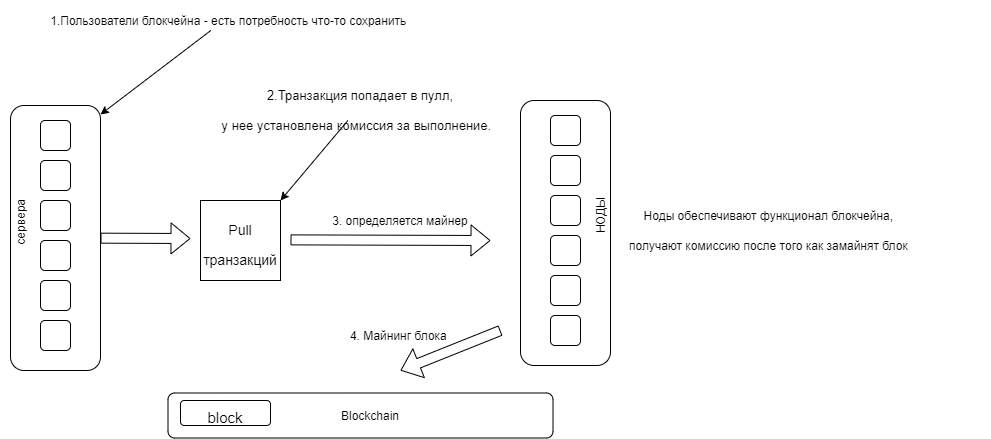
The draw.io diagram img/cycle_blockchain.png in gorokhovchint/Web3, before a commit. Source tidied: cells renumbered, new cells last; positions are measured from the earlier drawing's top-left corner, leaving out a move shared by most shapes.
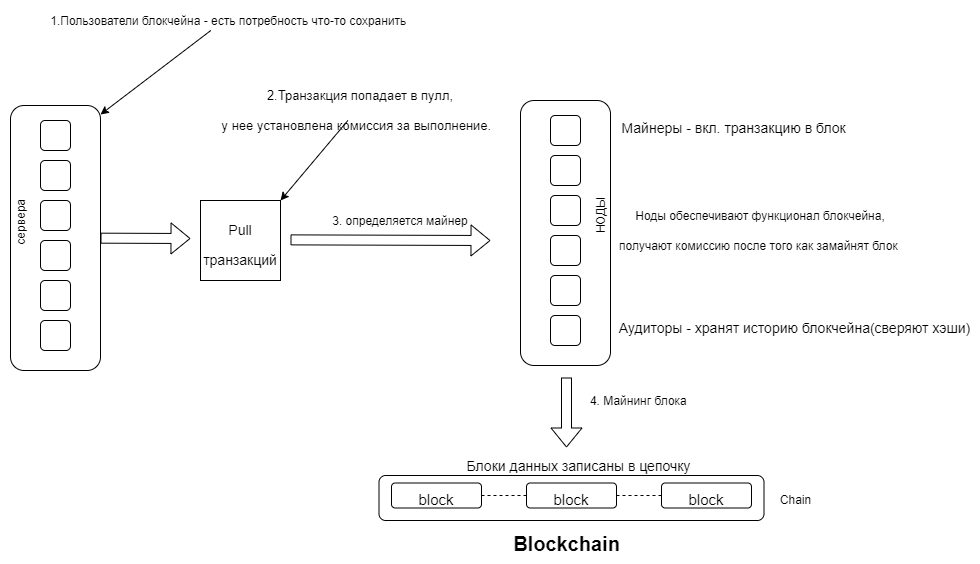
Above is the later version.

Change to the diagram source:
```diff
@@ -74,19 +74,19 @@
       <mxGeometry x="220" y="200" width="440" height="30" as="geometry" />
     </mxCell>
     <mxCell id="24" style="rounded=1;fontSize=25;rotation=90;verticalAlign=middle;fontColor=default;whiteSpace=wrap;html=1;" parent="1" vertex="1">
-      <mxGeometry x="377.5" y="222.5" width="45" height="385" as="geometry" />
+      <mxGeometry x="588.5" y="305" width="45" height="385" as="geometry" />
     </mxCell>
     <mxCell id="25" value="&lt;font style=&quot;font-size: 15px;&quot;&gt;block&lt;/font&gt;" style="rounded=1;whiteSpace=wrap;html=1;fontSize=25;" parent="1" vertex="1">
-      <mxGeometry x="220" y="400" width="90" height="25" as="geometry" />
+      <mxGeometry x="431" y="482.5" width="90" height="25" as="geometry" />
     </mxCell>
     <mxCell id="26" style="edgeStyle=none;shape=flexArrow;rounded=0;orthogonalLoop=1;jettySize=auto;html=1;fontSize=14;" parent="1" edge="1">
       <mxGeometry relative="1" as="geometry">
-        <mxPoint x="540" y="330" as="sourcePoint" />
-        <mxPoint x="440" y="370" as="targetPoint" />
+        <mxPoint x="606" y="377" as="sourcePoint" />
+        <mxPoint x="606" y="447" as="targetPoint" />
       </mxGeometry>
     </mxCell>
     <mxCell id="27" value="&lt;span style=&quot;font-size: 12px;&quot;&gt;4. Майнинг блока&amp;nbsp;&lt;/span&gt;" style="text;html=1;strokeColor=none;fillColor=none;align=center;verticalAlign=middle;whiteSpace=wrap;rounded=0;fontSize=25;" parent="1" vertex="1">
-      <mxGeometry x="220" y="315" width="440" height="30" as="geometry" />
+      <mxGeometry x="460" y="380" width="440" height="30" as="geometry" />
     </mxCell>
     <mxCell id="28" value="&lt;span style=&quot;font-size: 12px;&quot;&gt;сервера&amp;nbsp;&lt;/span&gt;" style="text;html=1;strokeColor=none;fillColor=none;align=center;verticalAlign=middle;whiteSpace=wrap;rounded=0;fontSize=25;rotation=-90;" parent="1" vertex="1">
       <mxGeometry y="205" width="110" height="30" as="geometry" />
@@ -94,11 +94,44 @@
     <mxCell id="29" value="&lt;span style=&quot;font-size: 12px;&quot;&gt;НОДЫ&lt;/span&gt;" style="text;html=1;strokeColor=none;fillColor=none;align=center;verticalAlign=middle;whiteSpace=wrap;rounded=0;fontSize=25;rotation=-90;" parent="1" vertex="1">
       <mxGeometry x="580" y="200" width="110" height="30" as="geometry" />
     </mxCell>
-    <mxCell id="30" value="&lt;span style=&quot;font-size: 12px; line-height: 1.2;&quot;&gt;Ноды обеспечивают функционал блокчейна, &lt;br&gt;получают комиссию после того как замайнят блок&amp;nbsp;&lt;br&gt;&lt;/span&gt;" style="text;html=1;strokeColor=none;fillColor=none;align=center;verticalAlign=middle;whiteSpace=wrap;rounded=0;fontSize=25;" parent="1" vertex="1">
-      <mxGeometry x="590" y="210" width="440" height="30" as="geometry" />
+    <mxCell id="30" value="&lt;span style=&quot;font-size: 12px; line-height: 1.2;&quot;&gt;Ноды обеспечивают функционал блокчейна,&lt;br&gt;получают комиссию после того как замайнят блок&amp;nbsp;&lt;br&gt;&lt;/span&gt;" style="text;html=1;strokeColor=none;fillColor=none;align=center;verticalAlign=middle;whiteSpace=wrap;rounded=0;fontSize=25;" parent="1" vertex="1">
+      <mxGeometry x="590" y="210" width="420" height="30" as="geometry" />
     </mxCell>
-    <mxCell id="31" value="&lt;span style=&quot;font-size: 12px; line-height: 1.2;&quot;&gt;Blockchain&lt;br&gt;&lt;/span&gt;" style="text;html=1;strokeColor=none;fillColor=none;align=center;verticalAlign=middle;whiteSpace=wrap;rounded=0;fontSize=25;" parent="1" vertex="1">
-      <mxGeometry x="190" y="395" width="440" height="30" as="geometry" />
+    <mxCell id="31" value="&lt;span style=&quot;font-size: 12px; line-height: 1.2;&quot;&gt;&lt;br&gt;&lt;/span&gt;" style="text;html=1;strokeColor=none;fillColor=none;align=center;verticalAlign=middle;whiteSpace=wrap;rounded=0;fontSize=25;" parent="1" vertex="1">
+      <mxGeometry x="461" y="492.5" width="168" height="30" as="geometry" />
     </mxCell>
+    <mxCell id="32" value="&lt;font style=&quot;font-size: 15px;&quot;&gt;block&lt;/font&gt;" style="rounded=1;whiteSpace=wrap;html=1;fontSize=25;" parent="1" vertex="1">
+      <mxGeometry x="566" y="482.5" width="90" height="25" as="geometry" />
+    </mxCell>
+    <mxCell id="33" style="endArrow=none;dashed=1;html=1;rounded=0;exitX=1;exitY=0.5;exitDx=0;exitDy=0;entryX=0;entryY=0.5;entryDx=0;entryDy=0;" parent="1" edge="1" source="25" target="32">
+      <mxGeometry relative="1" as="geometry" />
+    </mxCell>
+    <mxCell id="34" value="&lt;span style=&quot;&quot;&gt;Chain&lt;/span&gt;" style="text;html=1;align=center;verticalAlign=middle;strokeColor=none;fillColor=none;" parent="1" vertex="1">
+      <mxGeometry x="810" y="485" width="50" height="30" as="geometry" />
+    </mxCell>
+    <mxCell id="35" value="&lt;font style=&quot;font-size: 15px;&quot;&gt;block&lt;/font&gt;" style="rounded=1;whiteSpace=wrap;html=1;fontSize=25;" parent="1" vertex="1">
+      <mxGeometry x="701" y="482.5" width="90" height="25" as="geometry" />
+    </mxCell>
+    <mxCell id="36" value="&lt;span style=&quot;font-size: 12px; line-height: 1.2;&quot;&gt;&lt;br&gt;&lt;/span&gt;" style="text;html=1;strokeColor=none;fillColor=none;align=center;verticalAlign=middle;whiteSpace=wrap;rounded=0;fontSize=25;" parent="1" vertex="1">
+      <mxGeometry x="588.5" y="492.5" width="168" height="30" as="geometry" />
+    </mxCell>
+    <mxCell id="37" style="endArrow=none;dashed=1;html=1;rounded=0;exitX=1;exitY=0.5;exitDx=0;exitDy=0;entryX=0;entryY=0.5;entryDx=0;entryDy=0;" parent="1" edge="1">
+      <mxGeometry relative="1" as="geometry">
+        <mxPoint x="656" y="495" as="sourcePoint" />
+        <mxPoint x="701" y="495" as="targetPoint" />
+      </mxGeometry>
+    </mxCell>
+    <mxCell id="38" value="&lt;b&gt;&lt;font style=&quot;font-size: 20px;&quot;&gt;Blockchain&lt;/font&gt;&lt;/b&gt;" style="text;html=1;align=center;verticalAlign=middle;strokeColor=none;fillColor=none;" parent="1" vertex="1">
+      <mxGeometry x="541" y="522.5" width="130" height="40" as="geometry" />
+    </mxCell>
+    <mxCell id="39" value="&lt;font style=&quot;font-size: 14px;&quot;&gt;Майнеры - вкл. транзакцию в блок&amp;nbsp;&lt;/font&gt;" style="text;html=1;align=center;verticalAlign=middle;strokeColor=none;fillColor=none;fontSize=20;" parent="1" vertex="1">
+      <mxGeometry x="650" y="105" width="250" height="40" as="geometry" />
+    </mxCell>
+    <mxCell id="40" value="&lt;font style=&quot;font-size: 14px;&quot;&gt;Аудиторы - хранят историю блокчейна(сверяют хэши)&lt;/font&gt;" style="text;html=1;align=center;verticalAlign=middle;strokeColor=none;fillColor=none;fontSize=20;" parent="1" vertex="1">
+      <mxGeometry x="649" y="305" width="370" height="40" as="geometry" />
+    </mxCell>
+    <mxCell id="41" value="&lt;font style=&quot;font-size: 14px;&quot;&gt;Блоки данных записаны в цепочку&lt;/font&gt;" style="text;html=1;align=center;verticalAlign=middle;strokeColor=none;fillColor=none;fontSize=20;" parent="1" vertex="1">
+      <mxGeometry x="493" y="442.5" width="250" height="40" as="geometry" />
+    </mxCell>
   </root>
 </mxGraphModel>
```
